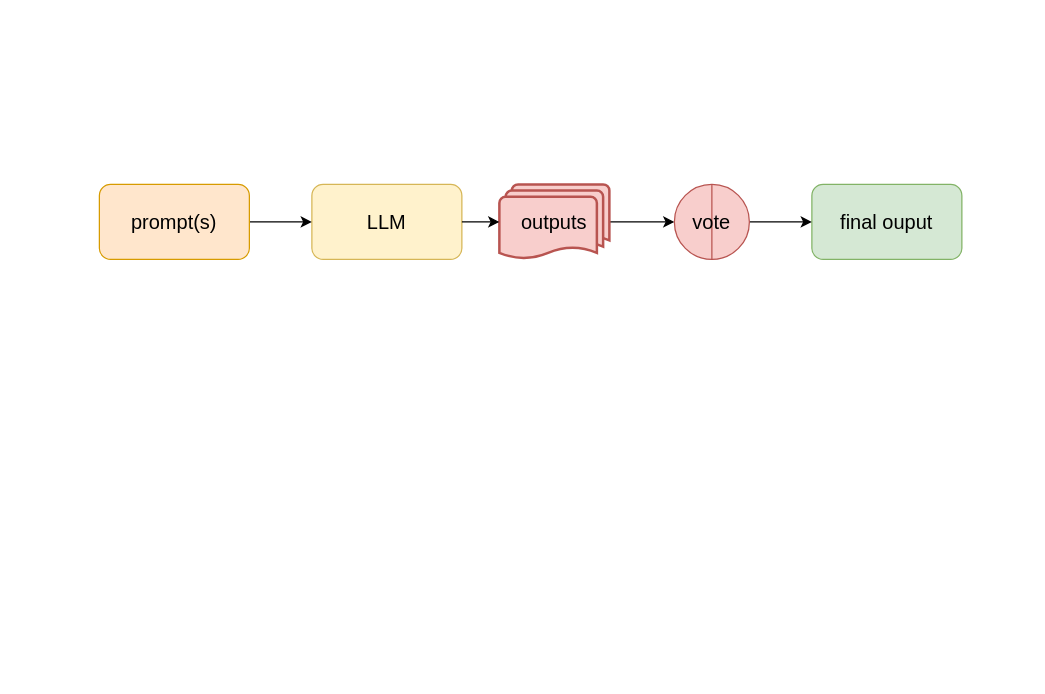
The draw.io diagram Ensembling.drawio in Olive-2019/drawio-source, before the edit. Source tidied: cells renumbered, new cells numbered last; positions are measured from the earlier drawing's top-left corner, leaving out a move shared by most shapes. Both pictures are drawn from the tidied source at 125%, with x=0, y=0 at pixel (99, 184).
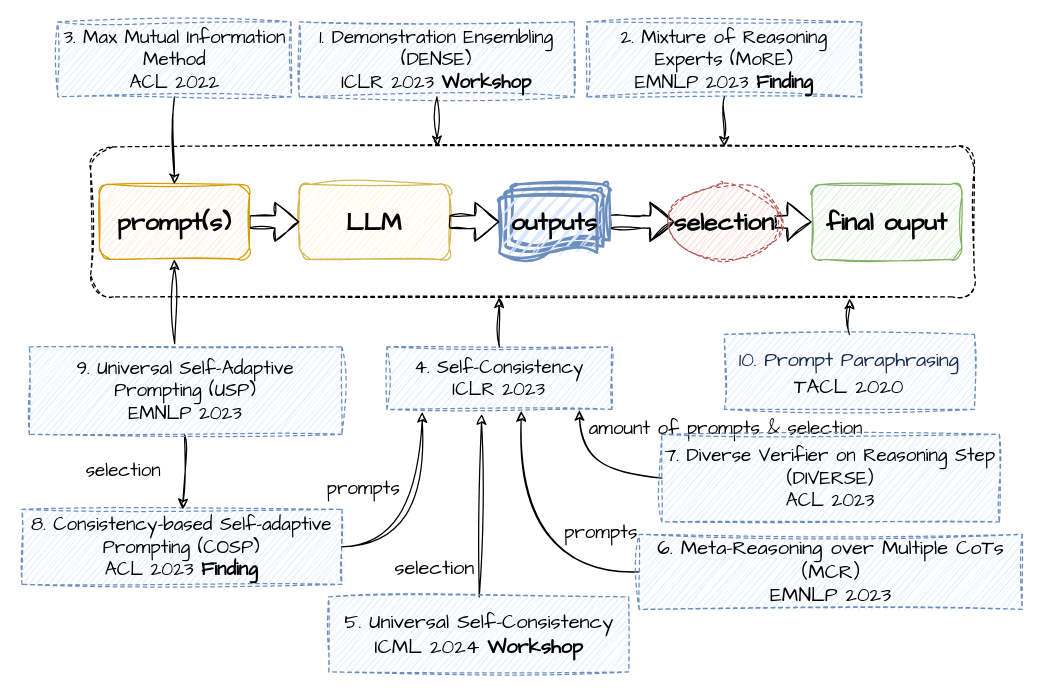
Above is the later version.

The edit, as a diff of the source:
```diff
@@
+    <mxCell id="11" style="rounded=1;whiteSpace=wrap;html=1;dashed=1;sketch=1;jiggle=2;curveFitting=1;strokeColor=default;align=center;verticalAlign=middle;fontFamily=Comic Sans MS;fontSize=15;fontColor=default;fillColor=none;gradientColor=none;" parent="1" vertex="1">
+      <mxGeometry x="-7" y="-30" width="707" height="120" as="geometry" />
+    </mxCell>
-    <mxCell id="2" value="LLM" style="rounded=1;whiteSpace=wrap;html=1;fillColor=#fff2cc;strokeColor=#d6b656;fontSize=16;" parent="1" vertex="1">
-      <mxGeometry x="170" width="120" height="60" as="geometry" />
+    <mxCell id="2" value="LLM" style="rounded=1;whiteSpace=wrap;html=1;fillColor=#fff2cc;strokeColor=#d6b656;fontSize=20;sketch=1;curveFitting=1;jiggle=2;fontFamily=Comic Sans MS;fontStyle=1;" parent="1" vertex="1">
+      <mxGeometry x="160" width="120" height="60" as="geometry" />
     </mxCell>
-    <mxCell id="3" style="edgeStyle=orthogonalEdgeStyle;rounded=0;jettySize=auto;html=1;entryX=0;entryY=0.5;entryDx=0;entryDy=0;fontSize=16;" parent="1" edge="1" source="4" target="2">
+    <mxCell id="3" style="edgeStyle=orthogonalEdgeStyle;rounded=0;jettySize=auto;html=1;entryX=0;entryY=0.5;entryDx=0;entryDy=0;fontSize=16;sketch=1;curveFitting=1;jiggle=2;fontFamily=Comic Sans MS;shape=flexArrow;" parent="1" edge="1" source="4" target="2">
       <mxGeometry relative="1" as="geometry" />
     </mxCell>
-    <mxCell id="4" value="prompt(s)" style="rounded=1;whiteSpace=wrap;html=1;fillColor=#ffe6cc;strokeColor=#d79b00;fontSize=16;" parent="1" vertex="1">
+    <mxCell id="4" value="prompt(s)" style="rounded=1;whiteSpace=wrap;html=1;fillColor=#ffe6cc;strokeColor=#d79b00;fontSize=20;sketch=1;curveFitting=1;jiggle=2;fontFamily=Comic Sans MS;fontStyle=1;" parent="1" vertex="1">
       <mxGeometry width="120" height="60" as="geometry" />
     </mxCell>
-    <mxCell id="5" value="final ouput" style="rounded=1;whiteSpace=wrap;html=1;fillColor=#d5e8d4;strokeColor=#82b366;fontSize=16;" parent="1" vertex="1">
+    <mxCell id="5" value="final ouput" style="rounded=1;whiteSpace=wrap;html=1;fillColor=#d5e8d4;strokeColor=#82b366;fontSize=20;sketch=1;curveFitting=1;jiggle=2;fontFamily=Comic Sans MS;fontStyle=1;" parent="1" vertex="1">
       <mxGeometry x="570" width="120" height="60" as="geometry" />
     </mxCell>
-    <mxCell id="6" style="edgeStyle=orthogonalEdgeStyle;rounded=0;jettySize=auto;html=1;entryX=0;entryY=0.5;entryDx=0;entryDy=0;fontSize=16;" parent="1" edge="1" source="7" target="10">
-      <mxGeometry relative="1" as="geometry" />
+    <mxCell id="6" style="edgeStyle=orthogonalEdgeStyle;rounded=0;jettySize=auto;html=1;entryX=0;entryY=0.5;entryDx=0;entryDy=0;fontSize=16;sketch=1;curveFitting=1;jiggle=2;fontFamily=Comic Sans MS;shape=flexArrow;" parent="1" edge="1" source="7">
+      <mxGeometry relative="1" as="geometry">
+        <mxPoint x="460" y="30" as="targetPoint" />
+      </mxGeometry>
     </mxCell>
-    <mxCell id="7" value="outputs" style="strokeWidth=2;html=1;shape=mxgraph.flowchart.multi-document;whiteSpace=wrap;fillColor=#f8cecc;strokeColor=#b85450;fontSize=16;" parent="1" vertex="1">
+    <mxCell id="7" value="outputs" style="strokeWidth=2;html=1;shape=mxgraph.flowchart.multi-document;whiteSpace=wrap;fillColor=#dae8fc;strokeColor=#6c8ebf;fontSize=20;sketch=1;curveFitting=1;jiggle=2;fontFamily=Comic Sans MS;fontStyle=1;" parent="1" vertex="1">
       <mxGeometry x="320" width="88" height="60" as="geometry" />
     </mxCell>
-    <mxCell id="8" style="edgeStyle=orthogonalEdgeStyle;rounded=0;jettySize=auto;html=1;entryX=0;entryY=0.5;entryDx=0;entryDy=0;entryPerimeter=0;fontSize=16;" parent="1" edge="1" source="2" target="7">
+    <mxCell id="8" style="edgeStyle=orthogonalEdgeStyle;rounded=0;jettySize=auto;html=1;entryX=0;entryY=0.5;entryDx=0;entryDy=0;entryPerimeter=0;fontSize=16;sketch=1;curveFitting=1;jiggle=2;fontFamily=Comic Sans MS;shape=flexArrow;" parent="1" edge="1" source="2" target="7">
       <mxGeometry relative="1" as="geometry" />
     </mxCell>
-    <mxCell id="9" style="edgeStyle=orthogonalEdgeStyle;rounded=0;jettySize=auto;html=1;entryX=0;entryY=0.5;entryDx=0;entryDy=0;fontSize=16;" parent="1" edge="1" source="10" target="5">
-      <mxGeometry relative="1" as="geometry" />
+    <mxCell id="9" style="edgeStyle=orthogonalEdgeStyle;rounded=0;jettySize=auto;html=1;entryX=0;entryY=0.5;entryDx=0;entryDy=0;fontSize=16;sketch=1;curveFitting=1;jiggle=2;fontFamily=Comic Sans MS;shape=flexArrow;" parent="1" edge="1" target="5">
+      <mxGeometry relative="1" as="geometry">
+        <mxPoint x="540" y="30" as="sourcePoint" />
+      </mxGeometry>
     </mxCell>
-    <mxCell id="10" value="vote" style="shape=lineEllipse;line=vertical;perimeter=ellipsePerimeter;whiteSpace=wrap;html=1;backgroundOutline=1;fillColor=#f8cecc;strokeColor=#b85450;fontSize=16;" parent="1" vertex="1">
-      <mxGeometry x="460" width="60" height="60" as="geometry" />
-    </mxCell>
+    <mxCell id="12" value="1. Demonstration Ensembling (DENSE)&lt;div&gt;ICLR 2023&amp;nbsp;&lt;b&gt;Workshop&lt;/b&gt;&lt;/div&gt;" style="text;html=1;align=center;verticalAlign=middle;whiteSpace=wrap;rounded=0;fontSize=15;strokeColor=#6c8ebf;dashed=1;sketch=1;curveFitting=1;jiggle=2;fontFamily=Comic Sans MS;fillColor=#dae8fc;" parent="1" vertex="1">
+      <mxGeometry x="160" y="-130" width="220" height="60" as="geometry" />
+    </mxCell>
+    <mxCell id="13" value="2. Mixture of Reasoning Experts (MoRE)&lt;div&gt;EMNLP 2023&lt;b&gt;&amp;nbsp;Finding&lt;/b&gt;&lt;/div&gt;" style="text;html=1;align=center;verticalAlign=middle;whiteSpace=wrap;rounded=0;fontSize=15;fontFamily=Comic Sans MS;sketch=1;curveFitting=1;jiggle=2;dashed=1;strokeColor=#6c8ebf;fillColor=#dae8fc;" parent="1" vertex="1">
+      <mxGeometry x="390" y="-130" width="220" height="60" as="geometry" />
+    </mxCell>
+    <mxCell id="14" style="edgeStyle=orthogonalEdgeStyle;rounded=0;jettySize=auto;html=1;fontFamily=Comic Sans MS;fontSize=15;fontColor=default;sketch=1;curveFitting=1;jiggle=2;curved=1;entryX=0.5;entryY=0;entryDx=0;entryDy=0;" parent="1" edge="1" source="15" target="4">
+      <mxGeometry relative="1" as="geometry" />
+    </mxCell>
+    <mxCell id="15" value="3. Max Mutual Information Method&lt;div&gt;ACL 2022&lt;/div&gt;" style="text;html=1;align=center;verticalAlign=middle;whiteSpace=wrap;rounded=0;fontFamily=Comic Sans MS;fontSize=15;dashed=1;strokeColor=#6c8ebf;sketch=1;curveFitting=1;jiggle=2;fillColor=#dae8fc;" parent="1" vertex="1">
+      <mxGeometry x="-33.2" y="-130" width="186.5" height="60" as="geometry" />
+    </mxCell>
+    <mxCell id="16" value="4. Self-Consistency&lt;div&gt;ICLR 2023&lt;/div&gt;" style="text;html=1;align=center;verticalAlign=middle;whiteSpace=wrap;rounded=0;fontFamily=Comic Sans MS;fontSize=15;dashed=1;strokeColor=#6c8ebf;sketch=1;curveFitting=1;jiggle=2;fillColor=#dae8fc;" parent="1" vertex="1">
+      <mxGeometry x="230" y="130" width="180" height="50" as="geometry" />
+    </mxCell>
+    <mxCell id="17" style="edgeStyle=orthogonalEdgeStyle;rounded=0;jettySize=auto;html=1;entryX=0.462;entryY=1.004;entryDx=0;entryDy=0;entryPerimeter=0;fontFamily=Comic Sans MS;fontSize=15;fontColor=default;curved=1;sketch=1;curveFitting=1;jiggle=2;" parent="1" edge="1" source="16" target="11">
+      <mxGeometry relative="1" as="geometry" />
+    </mxCell>
+    <mxCell id="18" style="rounded=0;jettySize=auto;html=1;fontFamily=Comic Sans MS;fontSize=15;fontColor=default;sketch=1;curveFitting=1;jiggle=2;entryX=0.421;entryY=1.077;entryDx=0;entryDy=0;entryPerimeter=0;" parent="1" edge="1" source="20" target="16">
+      <mxGeometry relative="1" as="geometry" />
+    </mxCell>
+    <mxCell id="19" value="&lt;span style=&quot;font-size: 16px; white-space: normal;&quot;&gt;selection&lt;/span&gt;" style="edgeLabel;html=1;align=center;verticalAlign=middle;rounded=0;dashed=1;sketch=1;jiggle=2;curveFitting=1;strokeColor=default;fontFamily=Comic Sans MS;fontSize=15;fontColor=default;fillColor=none;gradientColor=none;labelBackgroundColor=none;" parent="18" vertex="1">
+      <mxGeometry x="0.35" y="11" relative="1" as="geometry">
+        <mxPoint x="-27" y="76" as="offset" />
+      </mxGeometry>
+    </mxCell>
+    <mxCell id="20" value="5. Universal Self-Consistency&lt;div&gt;&lt;span style=&quot;text-align: start; font-variant-ligatures: normal; orphans: 2; widows: 2; text-decoration-thickness: initial; text-decoration-style: initial; text-decoration-color: initial;&quot;&gt;ICML 2024 &lt;b&gt;Workshop&lt;/b&gt;&lt;/span&gt;&lt;br style=&quot;font-size: 16px;&quot;&gt;&lt;/div&gt;" style="text;html=1;align=center;verticalAlign=middle;whiteSpace=wrap;rounded=0;fontFamily=Comic Sans MS;fontSize=16;dashed=1;strokeColor=#6c8ebf;sketch=1;curveFitting=1;jiggle=2;fillColor=#dae8fc;" parent="1" vertex="1">
+      <mxGeometry x="183.5" y="330" width="240" height="60" as="geometry" />
+    </mxCell>
+    <mxCell id="21" value="&lt;span style=&quot;font-size: 20px;&quot;&gt;selection&lt;/span&gt;" style="ellipse;whiteSpace=wrap;html=1;rounded=0;dashed=1;sketch=1;jiggle=2;curveFitting=1;strokeColor=#b85450;align=center;verticalAlign=middle;fontFamily=Comic Sans MS;fontSize=20;fillColor=#f8cecc;fontStyle=1;" parent="1" vertex="1">
+      <mxGeometry x="455" width="90" height="60" as="geometry" />
+    </mxCell>
+    <mxCell id="22" style="edgeStyle=orthogonalEdgeStyle;rounded=0;jettySize=auto;html=1;fontFamily=Comic Sans MS;fontSize=15;fontColor=default;sketch=1;curveFitting=1;jiggle=2;curved=1;entryX=0.597;entryY=1.027;entryDx=0;entryDy=0;entryPerimeter=0;" parent="1" edge="1" source="24" target="16">
+      <mxGeometry relative="1" as="geometry" />
+    </mxCell>
+    <mxCell id="23" value="prompts" style="edgeLabel;html=1;align=center;verticalAlign=middle;rounded=0;dashed=1;sketch=1;jiggle=2;curveFitting=1;strokeColor=default;fontFamily=Comic Sans MS;fontSize=15;fontColor=default;fillColor=none;gradientColor=none;labelBackgroundColor=none;" parent="22" vertex="1">
+      <mxGeometry x="0.3" y="-13" relative="1" as="geometry">
+        <mxPoint x="50" y="18" as="offset" />
+      </mxGeometry>
+    </mxCell>
+    <mxCell id="24" value="&lt;span style=&quot;font-size: medium;&quot;&gt;6. Meta-Reasoning over Multiple CoTs（MCR）&lt;/span&gt;&lt;div style=&quot;&quot;&gt;&lt;font size=&quot;3&quot;&gt;EMNLP 2023&lt;/font&gt;&lt;/div&gt;" style="text;html=1;align=center;verticalAlign=middle;whiteSpace=wrap;rounded=0;fontFamily=Comic Sans MS;fontSize=16;strokeColor=#6c8ebf;dashed=1;sketch=1;curveFitting=1;jiggle=2;fillColor=#dae8fc;" parent="1" vertex="1">
+      <mxGeometry x="431.8" y="280" width="306.5" height="60" as="geometry" />
+    </mxCell>
+    <mxCell id="25" style="edgeStyle=orthogonalEdgeStyle;rounded=0;jettySize=auto;html=1;fontFamily=Comic Sans MS;fontSize=15;fontColor=default;sketch=1;curveFitting=1;jiggle=2;curved=1;entryX=0.856;entryY=1.01;entryDx=0;entryDy=0;entryPerimeter=0;" parent="1" edge="1" source="27" target="16">
+      <mxGeometry relative="1" as="geometry" />
+    </mxCell>
+    <mxCell id="26" value="amount of prompts &amp;amp; selection" style="edgeLabel;html=1;align=center;verticalAlign=middle;rounded=0;dashed=1;sketch=1;jiggle=2;curveFitting=1;strokeColor=default;fontFamily=Comic Sans MS;fontSize=15;fontColor=default;fillColor=none;gradientColor=none;labelBackgroundColor=none;" parent="25" vertex="1">
+      <mxGeometry x="-0.15" y="9" relative="1" as="geometry">
+        <mxPoint x="101" y="-50" as="offset" />
+      </mxGeometry>
+    </mxCell>
+    <mxCell id="27" value="7. Diverse Verifier on Reasoning Step（DIVERSE）&lt;div&gt;ACL 2023&lt;/div&gt;" style="text;html=1;align=center;verticalAlign=middle;whiteSpace=wrap;rounded=0;fontFamily=Comic Sans MS;fontSize=15;strokeColor=#6c8ebf;dashed=1;sketch=1;curveFitting=1;jiggle=2;fillColor=#dae8fc;" parent="1" vertex="1">
+      <mxGeometry x="450" y="200" width="270" height="70" as="geometry" />
+    </mxCell>
+    <mxCell id="28" style="edgeStyle=orthogonalEdgeStyle;rounded=0;jettySize=auto;html=1;fontFamily=Comic Sans MS;fontSize=15;fontColor=default;curved=1;sketch=1;curveFitting=1;jiggle=2;entryX=0.717;entryY=0;entryDx=0;entryDy=0;entryPerimeter=0;" parent="1" edge="1" source="13" target="11">
+      <mxGeometry relative="1" as="geometry" />
+    </mxCell>
+    <mxCell id="29" style="edgeStyle=orthogonalEdgeStyle;rounded=0;jettySize=auto;html=1;entryX=0.392;entryY=-0.003;entryDx=0;entryDy=0;entryPerimeter=0;fontFamily=Comic Sans MS;fontSize=15;fontColor=default;sketch=1;curveFitting=1;jiggle=2;curved=1;" parent="1" edge="1" source="12" target="11">
+      <mxGeometry relative="1" as="geometry" />
+    </mxCell>
+    <mxCell id="30" value="8. Consistency-based Self-adaptive Prompting (COSP)&lt;div&gt;ACL 2023 &lt;b&gt;Finding&lt;/b&gt;&lt;/div&gt;" style="text;html=1;align=center;verticalAlign=middle;whiteSpace=wrap;rounded=0;fontFamily=Comic Sans MS;fontSize=15;strokeColor=#6c8ebf;dashed=1;sketch=1;curveFitting=1;jiggle=2;fillColor=#dae8fc;" parent="1" vertex="1">
+      <mxGeometry x="-62" y="260" width="256" height="60" as="geometry" />
+    </mxCell>
+    <mxCell id="31" style="edgeStyle=orthogonalEdgeStyle;rounded=0;jettySize=auto;html=1;fontFamily=Comic Sans MS;fontSize=15;fontColor=default;curved=1;sketch=1;curveFitting=1;jiggle=2;entryX=0.157;entryY=1.043;entryDx=0;entryDy=0;entryPerimeter=0;" parent="1" edge="1" source="30" target="16">
+      <mxGeometry relative="1" as="geometry" />
+    </mxCell>
+    <mxCell id="32" style="edgeLabel;html=1;align=center;verticalAlign=middle;rounded=0;dashed=1;sketch=1;jiggle=2;curveFitting=1;strokeColor=default;fontFamily=Comic Sans MS;fontSize=15;fontColor=default;fillColor=none;gradientColor=none;labelBackgroundColor=none;" parent="31" vertex="1">
+      <mxGeometry x="-0.05" y="-2" relative="1" as="geometry">
+        <mxPoint x="-40" y="-34" as="offset" />
+      </mxGeometry>
+    </mxCell>
+    <mxCell id="33" value="prompts" style="edgeLabel;html=1;align=center;verticalAlign=middle;rounded=0;dashed=1;sketch=1;jiggle=2;curveFitting=1;strokeColor=default;fontFamily=Comic Sans MS;fontSize=15;fontColor=default;fillColor=none;gradientColor=none;labelBackgroundColor=none;" parent="31" vertex="1">
+      <mxGeometry x="0.12" y="7" relative="1" as="geometry">
+        <mxPoint x="-41" y="-16" as="offset" />
+      </mxGeometry>
+    </mxCell>
+    <mxCell id="34" style="rounded=0;jettySize=auto;html=1;fontFamily=Comic Sans MS;fontSize=15;fontColor=default;sketch=1;curveFitting=1;jiggle=2;" parent="1" edge="1" source="38" target="30">
+      <mxGeometry relative="1" as="geometry" />
+    </mxCell>
+    <mxCell id="35" value="selection" style="edgeLabel;html=1;align=center;verticalAlign=middle;rounded=0;dashed=1;sketch=1;jiggle=2;curveFitting=1;strokeColor=default;fontFamily=Comic Sans MS;fontSize=15;fontColor=default;fillColor=none;gradientColor=none;labelBackgroundColor=none;" parent="34" vertex="1">
+      <mxGeometry x="-0.29" y="-1" relative="1" as="geometry">
+        <mxPoint x="-48" y="8" as="offset" />
+      </mxGeometry>
+    </mxCell>
+    <mxCell id="36" style="edgeStyle=orthogonalEdgeStyle;rounded=0;jettySize=auto;html=1;fontFamily=Comic Sans MS;fontSize=15;fontColor=default;sketch=1;curveFitting=1;jiggle=2;curved=1;exitX=0.465;exitY=-0.038;exitDx=0;exitDy=0;exitPerimeter=0;" parent="1" edge="1" source="38" target="4">
+      <mxGeometry relative="1" as="geometry" />
+    </mxCell>
+    <mxCell id="37" style="edgeLabel;html=1;align=center;verticalAlign=middle;rounded=0;dashed=1;sketch=1;jiggle=2;curveFitting=1;strokeColor=default;fontFamily=Comic Sans MS;fontSize=15;fontColor=default;fillColor=none;gradientColor=none;" parent="36" vertex="1">
+      <mxGeometry x="-0.18" y="-1" relative="1" as="geometry">
+        <mxPoint x="-1" y="1" as="offset" />
+      </mxGeometry>
+    </mxCell>
+    <mxCell id="38" value="9. Universal Self-Adaptive Prompting (USP)&lt;div&gt;EMNLP 2023&lt;/div&gt;" style="text;html=1;align=center;verticalAlign=middle;whiteSpace=wrap;rounded=0;fontFamily=Comic Sans MS;fontSize=15;sketch=1;curveFitting=1;jiggle=2;dashed=1;strokeColor=#6c8ebf;fillColor=#dae8fc;" parent="1" vertex="1">
+      <mxGeometry x="-56" y="130" width="250" height="70" as="geometry" />
+    </mxCell>
+    <mxCell id="39" value="&lt;h2 id=&quot;id-【prompt技术调研】Ensembling-2.10PromptParaphrasing&quot; style=&quot;margin: 0px; padding: 0px; color: rgb(23, 43, 77); font-weight: normal; font-size: 16px; line-height: 1.5; letter-spacing: -0.008em; border-bottom-color: rgb(255, 255, 255); font-variant-ligatures: normal; orphans: 2; widows: 2; text-decoration-thickness: initial; text-decoration-style: initial; text-decoration-color: initial;&quot;&gt;10. Prompt Paraphrasing&lt;/h2&gt;&lt;div style=&quot;font-size: 16px;&quot;&gt;TACL 2020&lt;/div&gt;" style="text;html=1;align=center;verticalAlign=middle;whiteSpace=wrap;rounded=0;fontFamily=Comic Sans MS;fontSize=16;strokeColor=#6c8ebf;fillColor=#dae8fc;sketch=1;curveFitting=1;jiggle=2;dashed=1;" parent="1" vertex="1">
+      <mxGeometry x="500" y="120" width="200" height="60" as="geometry" />
+    </mxCell>
+    <mxCell id="40" style="edgeStyle=orthogonalEdgeStyle;rounded=0;jettySize=auto;html=1;entryX=0.859;entryY=1.011;entryDx=0;entryDy=0;entryPerimeter=0;fontFamily=Comic Sans MS;fontSize=15;fontColor=default;curved=1;sketch=1;curveFitting=1;jiggle=2;" parent="1" edge="1" source="39" target="11">
+      <mxGeometry relative="1" as="geometry" />
+    </mxCell>
```
